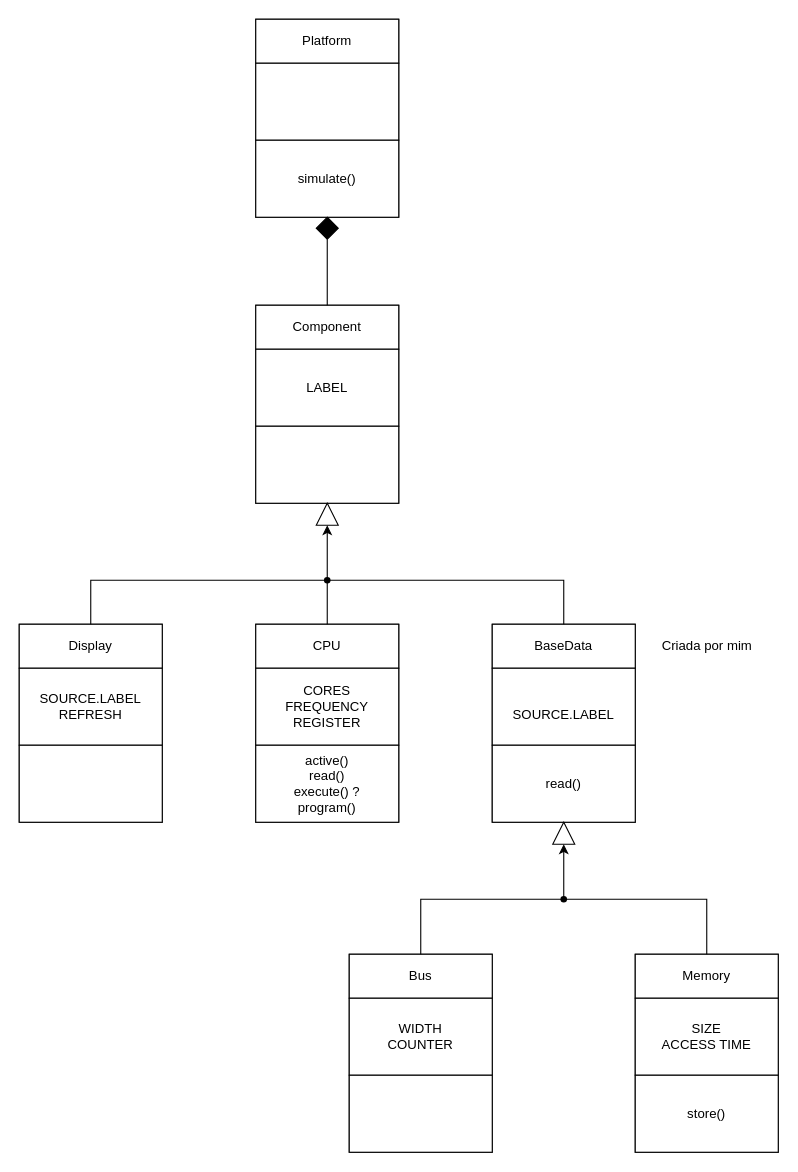
Above: docs/Subject-HW_Simulator.drawio in FernandoWelzel/oop-project (draw.io), before the change. Source tidied: cells renumbered, new cells numbered last; positions are measured from the earlier drawing's top-left corner, leaving out a move shared by most shapes. Both pictures are drawn from the tidied source at 110%, with x=0, y=0 at pixel (19, 19).
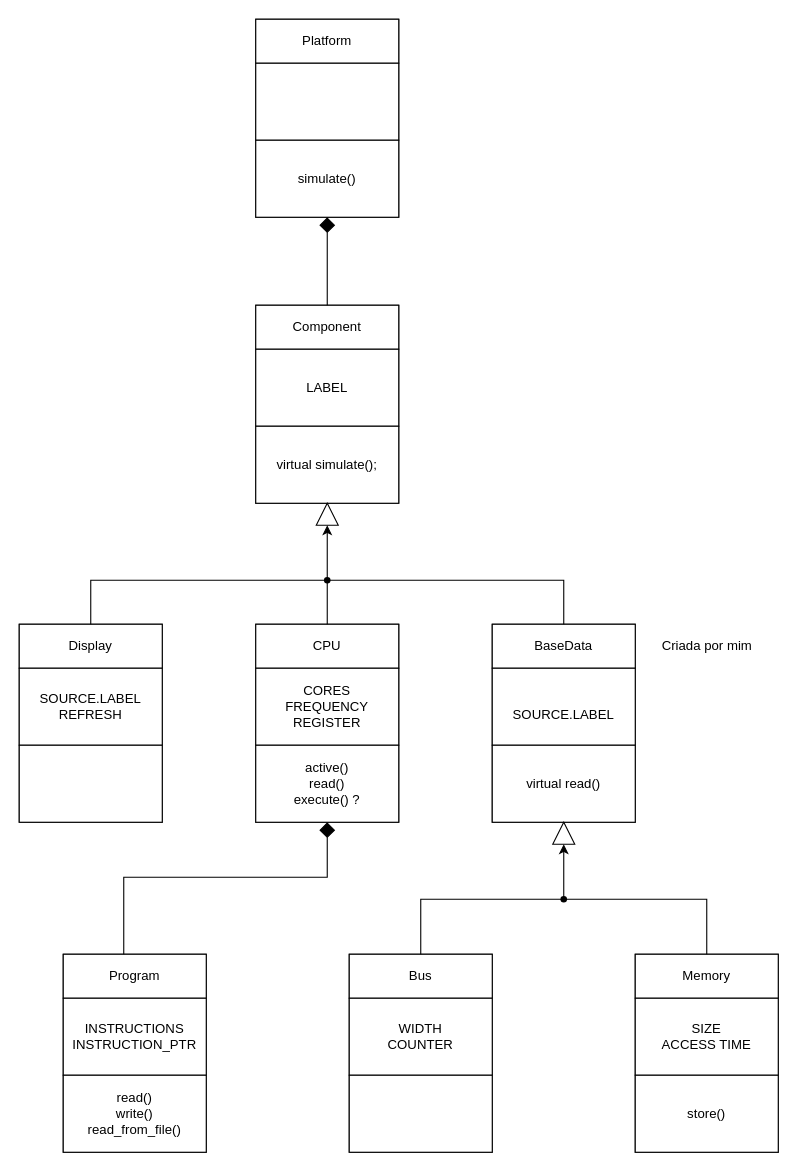
The same diagram, later.

Commit message:
Class relations update

Unchanged cells that the change refers to:
```xml
<mxCell id="7" value="Component" style="rounded=0;whiteSpace=wrap;html=1;" parent="1" vertex="1">
  <mxGeometry x="215" y="260" width="130" height="40" as="geometry" />
</mxCell>
<mxCell id="40" value="simulate()" style="rounded=0;whiteSpace=wrap;html=1;" parent="1" vertex="1">
  <mxGeometry x="215" y="110" width="130" height="70" as="geometry" />
</mxCell>
```

Diff of the diagram source:
```diff
@@
-    <mxCell id="5" value="active()&lt;br&gt;read()&lt;br&gt;execute() ?&lt;br&gt;program()" style="rounded=0;whiteSpace=wrap;html=1;" parent="1" vertex="1">
-      <mxGeometry x="215" y="660" width="130" height="70" as="geometry" />
-    </mxCell>
+    <mxCell id="44" value="active()&lt;br&gt;read()&lt;br&gt;execute() ?" style="rounded=0;whiteSpace=wrap;html=1;" parent="1" vertex="1">
+      <mxGeometry x="215" y="660" width="130" height="70" as="geometry" />
+    </mxCell>
@@
-    <mxCell id="9" style="rounded=0;whiteSpace=wrap;html=1;" parent="1" vertex="1">
-      <mxGeometry x="215" y="370" width="130" height="70" as="geometry" />
-    </mxCell>
+    <mxCell id="45" value="virtual simulate();" style="rounded=0;whiteSpace=wrap;html=1;" parent="1" vertex="1">
+      <mxGeometry x="215" y="370" width="130" height="70" as="geometry" />
+    </mxCell>
@@
-    <mxCell id="22" value="read()" style="rounded=0;whiteSpace=wrap;html=1;" parent="1" vertex="1">
-      <mxGeometry x="430" y="660" width="130" height="70" as="geometry" />
-    </mxCell>
+    <mxCell id="46" value="virtual read()" style="rounded=0;whiteSpace=wrap;html=1;" parent="1" vertex="1">
+      <mxGeometry x="430" y="660" width="130" height="70" as="geometry" />
+    </mxCell>
@@
-    <mxCell id="41" style="rhombus;whiteSpace=wrap;html=1;fillColor=#000000;" parent="1" vertex="1">
-      <mxGeometry x="270" y="180" width="20" height="20" as="geometry" />
-    </mxCell>
-    <mxCell id="42" style="endArrow=none;html=1;rounded=0;exitX=0.5;exitY=0;exitDx=0;exitDy=0;entryX=0.5;entryY=1;entryDx=0;entryDy=0;" parent="1" edge="1" source="7" target="41">
-      <mxGeometry relative="1" as="geometry" />
-    </mxCell>
@@
+    <mxCell id="47" style="group;" parent="1" vertex="1">
+      <mxGeometry x="40" y="850" width="130" height="180" as="geometry" />
+    </mxCell>
+    <mxCell id="48" style="rounded=0;whiteSpace=wrap;html=1;" parent="47" vertex="1">
+      <mxGeometry width="130" height="180" as="geometry" />
+    </mxCell>
+    <mxCell id="49" value="Program" style="rounded=0;whiteSpace=wrap;html=1;" parent="47" vertex="1">
+      <mxGeometry width="130" height="40" as="geometry" />
+    </mxCell>
+    <mxCell id="50" value="INSTRUCTIONS&lt;br&gt;INSTRUCTION_PTR" style="rounded=0;whiteSpace=wrap;html=1;" parent="47" vertex="1">
+      <mxGeometry y="40" width="130" height="70" as="geometry" />
+    </mxCell>
+    <mxCell id="51" value="read()&lt;br&gt;write()&lt;br&gt;read_from_file()" style="rounded=0;whiteSpace=wrap;html=1;" parent="47" vertex="1">
+      <mxGeometry y="110" width="130" height="70" as="geometry" />
+    </mxCell>
+    <mxCell id="52" style="edgeStyle=orthogonalEdgeStyle;rounded=0;jettySize=auto;html=1;entryX=0.5;entryY=1;entryDx=0;entryDy=0;endArrow=diamond;endFill=1;endSize=12;" parent="1" edge="1" source="49" target="44">
+      <mxGeometry relative="1" as="geometry">
+        <Array as="points">
+          <mxPoint x="95" y="780" />
+          <mxPoint x="280" y="780" />
+        </Array>
+      </mxGeometry>
+    </mxCell>
+    <mxCell id="53" style="edgeStyle=orthogonalEdgeStyle;rounded=0;jettySize=auto;html=1;entryX=0.5;entryY=1;entryDx=0;entryDy=0;endArrow=diamond;endFill=1;endSize=12;exitX=0.5;exitY=0;exitDx=0;exitDy=0;" parent="1" edge="1" source="7" target="40">
+      <mxGeometry relative="1" as="geometry">
+        <Array as="points">
+          <mxPoint x="280" y="220" />
+          <mxPoint x="280" y="220" />
+        </Array>
+      </mxGeometry>
+    </mxCell>
```
